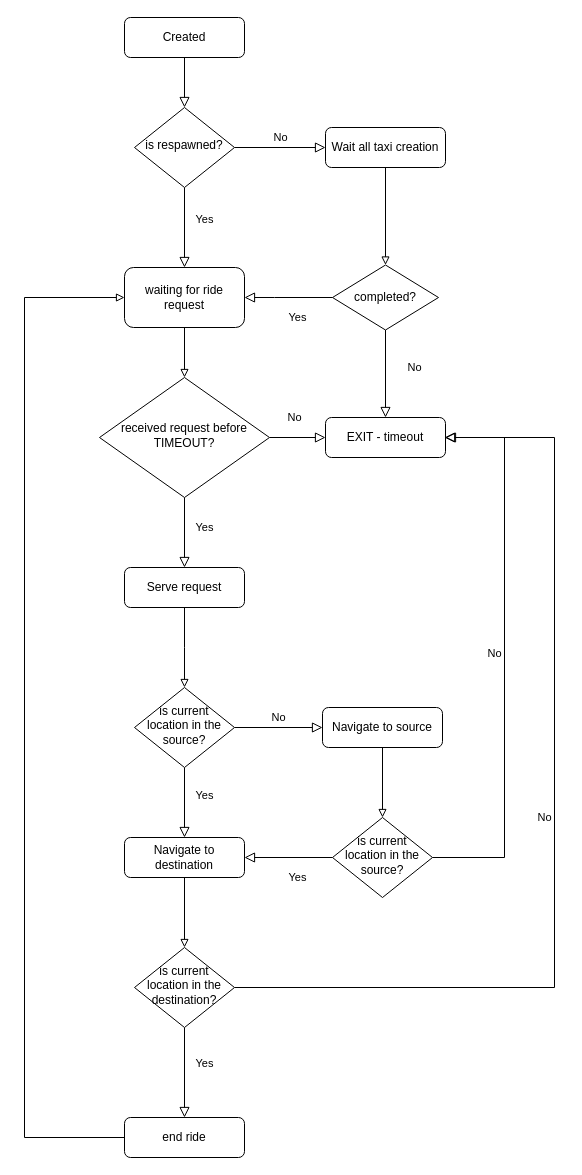
This is assets/taxi-flow.drawio from stefano-mecocci/progetto-sistemi-operativi, a draw.io file, before an edit. Source tidied: cells renumbered, new cells numbered last; positions are measured from the earlier drawing's top-left corner, leaving out a move shared by most shapes. Both pictures are drawn from the tidied source at 100%, with x=0, y=0 at pixel (24, 17).
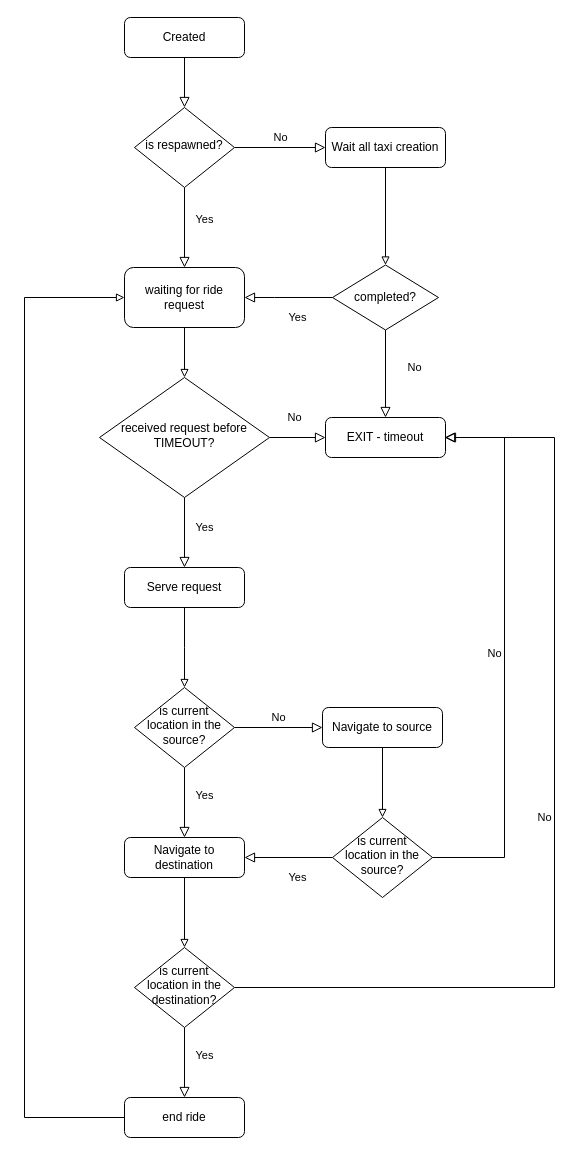
The same diagram, later.

The change refers to these unchanged cells:
```xml
<mxCell id="16" value="waiting for ride request" style="rounded=1;whiteSpace=wrap;html=1;" parent="1" vertex="1">
  <mxGeometry x="100" y="250" width="120" height="60" as="geometry" />
</mxCell>
```

Diff of the diagram source:
```diff
@@
-    <mxCell id="33" style="edgeStyle=orthogonalEdgeStyle;rounded=0;jettySize=auto;html=1;entryX=0;entryY=0.5;entryDx=0;entryDy=0;endArrow=block;endFill=0;" parent="1" edge="1" source="34" target="16">
+    <mxCell id="33" style="edgeStyle=orthogonalEdgeStyle;rounded=0;jettySize=auto;html=1;entryX=0;entryY=0.5;entryDx=0;entryDy=0;endArrow=block;endFill=0;exitX=0;exitY=0.5;exitDx=0;exitDy=0;" parent="1" edge="1" source="34" target="16">
       <mxGeometry relative="1" as="geometry">
         <Array as="points">
-          <mxPoint y="1120" />
+          <mxPoint y="1100" />
           <mxPoint y="280" />
         </Array>
       </mxGeometry>
     </mxCell>
     <mxCell id="34" value="end ride" style="rounded=1;whiteSpace=wrap;html=1;fontSize=12;glass=0;strokeWidth=1;shadow=0;" parent="1" vertex="1">
-      <mxGeometry x="100" y="1100" width="120" height="40" as="geometry" />
+      <mxGeometry x="100" y="1080" width="120" height="40" as="geometry" />
     </mxCell>
```
